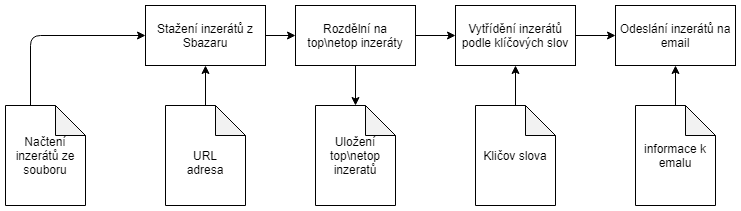
Earlier version of the draw.io export pictures/SevillaProcesDiagram.png (zdenekptak/sevilla). Source tidied: cells renumbered, new cells last; positions are measured from the earlier drawing's top-left corner, leaving out a move shared by most shapes.
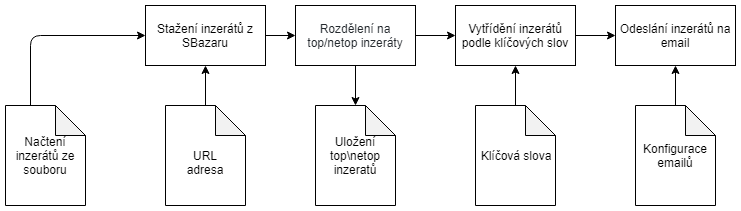
The same file after the commit.

Commit message:
Upravení překlepů v procesním diagramu

Diff of the diagram source:
```diff
@@ -5,7 +5,7 @@
     <mxCell id="2" style="edgeStyle=orthogonalEdgeStyle;rounded=0;jettySize=auto;html=1;" parent="1" edge="1" source="3" target="6">
       <mxGeometry relative="1" as="geometry" />
     </mxCell>
-    <mxCell id="3" value="Stažení inzerátů z Sbazaru" style="rounded=0;whiteSpace=wrap;html=1;" parent="1" vertex="1">
+    <mxCell id="3" value="Stažení inzerátů z SBazaru" style="rounded=0;whiteSpace=wrap;html=1;" parent="1" vertex="1">
       <mxGeometry x="140" width="120" height="60" as="geometry" />
     </mxCell>
     <mxCell id="4" style="edgeStyle=orthogonalEdgeStyle;rounded=0;jettySize=auto;html=1;" parent="1" edge="1" source="6" target="9">
@@ -16,7 +16,7 @@
         <mxPoint x="350" y="100" as="targetPoint" />
       </mxGeometry>
     </mxCell>
-    <mxCell id="6" value="Rozdělní na top\netop inzeráty" style="rounded=0;whiteSpace=wrap;html=1;" parent="1" vertex="1">
+    <mxCell id="6" value="&lt;span style=&quot;color: rgb(36 , 41 , 46) ; text-align: left ; background-color: rgb(255 , 255 , 255)&quot;&gt;&lt;font style=&quot;font-size: 12px&quot;&gt;Rozdělení na top/netop inzeráty&lt;/font&gt;&lt;/span&gt;" style="rounded=0;whiteSpace=wrap;html=1;" parent="1" vertex="1">
       <mxGeometry x="290" width="120" height="60" as="geometry" />
     </mxCell>
     <mxCell id="7" style="edgeStyle=orthogonalEdgeStyle;rounded=0;jettySize=auto;html=1;" parent="1" edge="1" source="15" target="9">
@@ -51,10 +51,10 @@
     <mxCell id="14" value="URL adresa" style="shape=note;whiteSpace=wrap;html=1;backgroundOutline=1;darkOpacity=0.05;" parent="1" vertex="1">
       <mxGeometry x="160" y="100" width="80" height="100" as="geometry" />
     </mxCell>
-    <mxCell id="15" value="&lt;span style=&quot;white-space: normal&quot;&gt;Kličov slova&lt;/span&gt;" style="shape=note;whiteSpace=wrap;html=1;backgroundOutline=1;darkOpacity=0.05;" parent="1" vertex="1">
+    <mxCell id="15" value="&lt;span style=&quot;white-space: normal&quot;&gt;Klíčová slova&lt;/span&gt;" style="shape=note;whiteSpace=wrap;html=1;backgroundOutline=1;darkOpacity=0.05;" parent="1" vertex="1">
       <mxGeometry x="470" y="100" width="80" height="100" as="geometry" />
     </mxCell>
-    <mxCell id="16" value="informace k emalu" style="shape=note;whiteSpace=wrap;html=1;backgroundOutline=1;darkOpacity=0.05;" parent="1" vertex="1">
+    <mxCell id="16" value="Konfigurace emailů" style="shape=note;whiteSpace=wrap;html=1;backgroundOutline=1;darkOpacity=0.05;" parent="1" vertex="1">
       <mxGeometry x="630" y="100" width="80" height="100" as="geometry" />
     </mxCell>
     <mxCell id="17" value="&lt;span style=&quot;white-space: normal&quot;&gt;Uložení top\netop inzeratů&lt;/span&gt;" style="shape=note;whiteSpace=wrap;html=1;backgroundOutline=1;darkOpacity=0.05;" parent="1" vertex="1">
```
